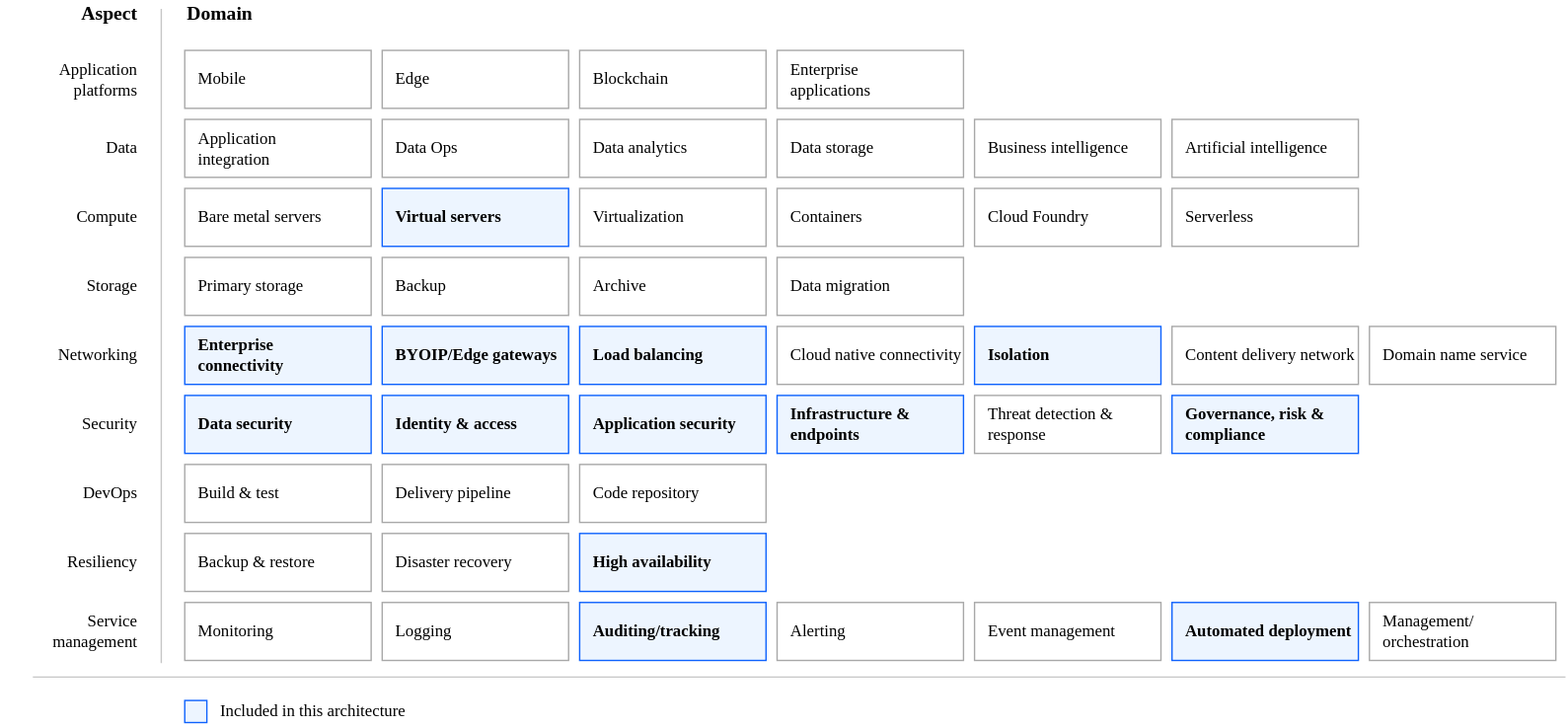
Before: reference-architectures/heat-map-deploy-arch-slz-vsi.svg, a diagram exported from draw.io (terraform-ibm-modules/terraform-ibm-landing-zone). Source tidied: cells renumbered, new cells last; positions are measured from the earlier drawing's top-left corner, leaving out a move shared by most shapes.
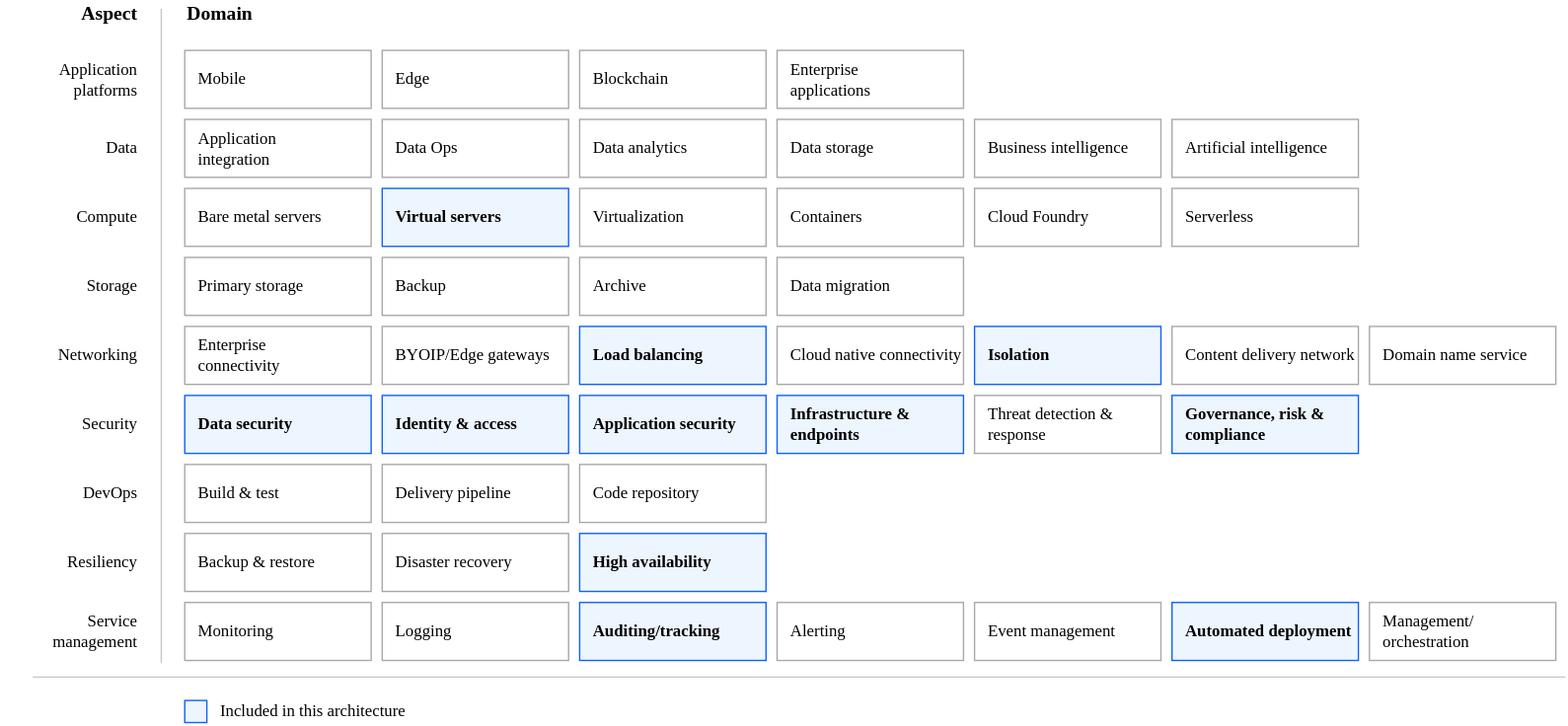
The same diagram one commit later.

Commit message:
docs: update ref arch

Diff of the diagram source:
```diff
@@ -14,7 +14,7 @@
     <mxCell id="5" value="Primary storage" style="rounded=0;whiteSpace=wrap;html=1;strokeColor=#A8A8A8;align=left;spacingLeft=8;fontFamily=IBM Plex Sans;" parent="1" vertex="1">
       <mxGeometry x="133" y="186" width="135" height="42" as="geometry" />
     </mxCell>
-    <mxCell id="6" value="Enterprise &lt;br&gt;connectivity" style="rounded=0;whiteSpace=wrap;html=1;strokeColor=#0E62FD;align=left;spacingLeft=8;fontFamily=IBM Plex Sans;fillColor=#EDF5FF;fontStyle=1;" parent="1" vertex="1">
+    <mxCell id="6" value="Enterprise &lt;br&gt;connectivity" style="rounded=0;whiteSpace=wrap;html=1;strokeColor=#A8A8A8;align=left;spacingLeft=8;fontFamily=IBM Plex Sans;fillColor=default;fontStyle=0;" parent="1" vertex="1">
       <mxGeometry x="133" y="236" width="135" height="42" as="geometry" />
     </mxCell>
     <mxCell id="7" value="Build &amp;amp; test" style="rounded=0;whiteSpace=wrap;html=1;strokeColor=#A8A8A8;align=left;spacingLeft=8;fontFamily=IBM Plex Sans;" parent="1" vertex="1">
@@ -74,7 +74,7 @@
     <mxCell id="25" value="Data migration" style="rounded=0;whiteSpace=wrap;html=1;strokeColor=#A8A8A8;align=left;spacingLeft=8;fontFamily=IBM Plex Sans;fillColor=default;fontStyle=0;" parent="1" vertex="1">
       <mxGeometry x="562" y="186" width="135" height="42" as="geometry" />
     </mxCell>
-    <mxCell id="26" value="BYOIP/Edge gateways" style="rounded=0;whiteSpace=wrap;html=1;strokeColor=#0E62FD;align=left;spacingLeft=8;fontFamily=IBM Plex Sans;fillColor=#EDF5FF;fontStyle=1;" parent="1" vertex="1">
+    <mxCell id="26" value="BYOIP/Edge gateways" style="rounded=0;whiteSpace=wrap;html=1;strokeColor=#A8A8A8;align=left;spacingLeft=8;fontFamily=IBM Plex Sans;fillColor=default;fontStyle=0;" parent="1" vertex="1">
       <mxGeometry x="276" y="236" width="135" height="42" as="geometry" />
     </mxCell>
     <mxCell id="27" value="Load balancing" style="rounded=0;whiteSpace=wrap;html=1;strokeColor=#0E62FD;align=left;spacingLeft=8;fontFamily=IBM Plex Sans;fillColor=#EDF5FF;fontStyle=1;" parent="1" vertex="1">
```
